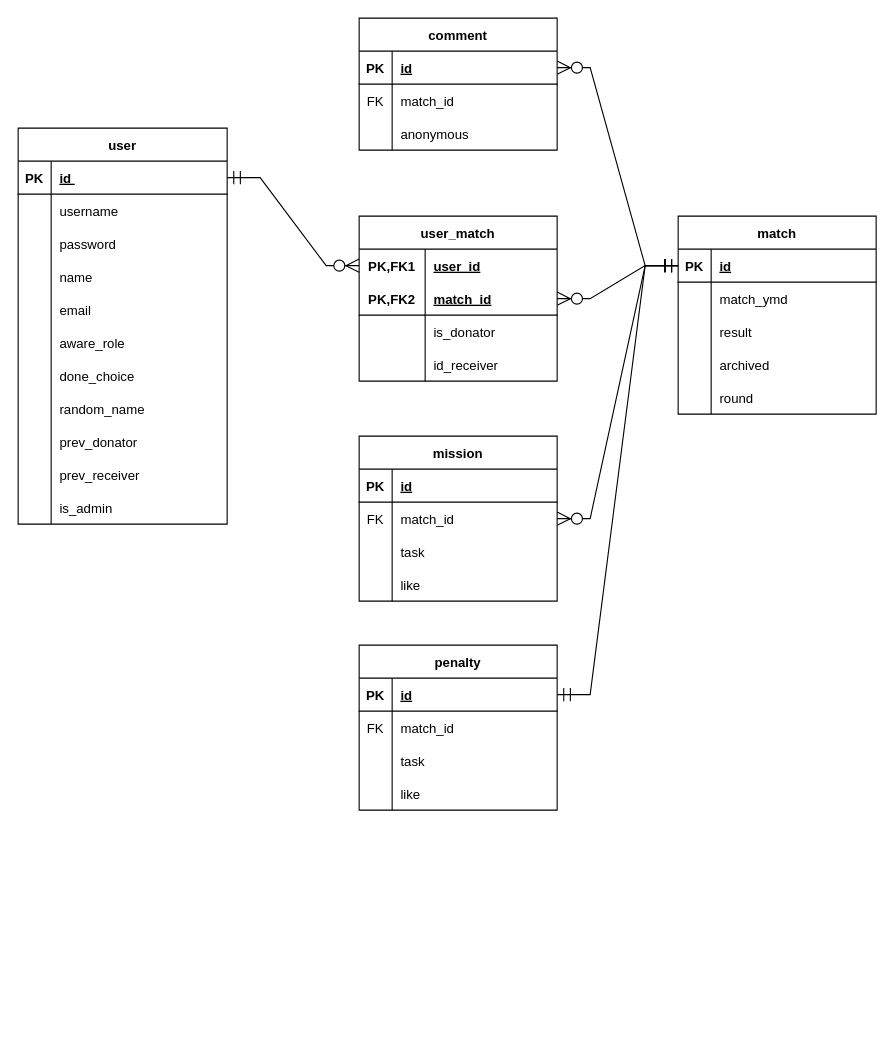
Earlier version of the draw.io diagram src/main/resources/schema.drawio (kwan9069/manitto). Source tidied: cells renumbered, new cells numbered last; positions are measured from the earlier drawing's top-left corner, leaving out a move shared by most shapes. Both pictures are drawn from the tidied source at 110%, with x=0, y=0 at pixel (18, 18).
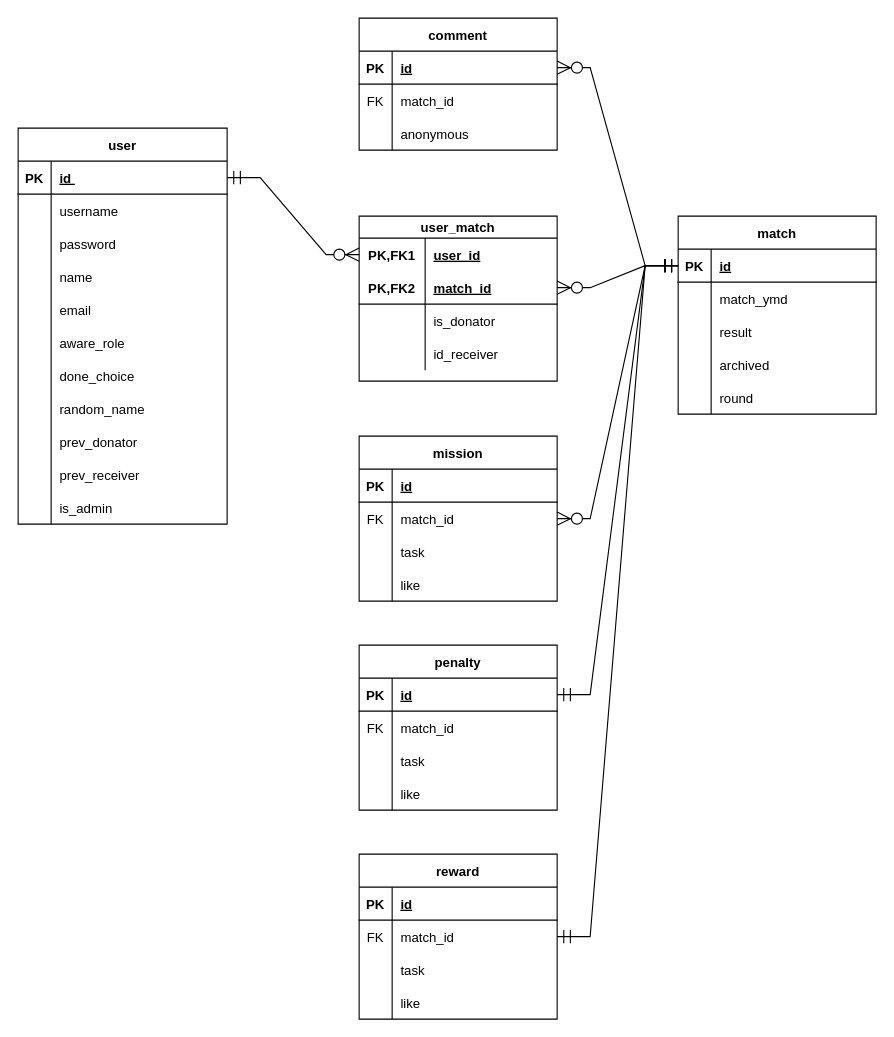
Above is the later version.

Commit message (it also covers changes not shown here):
page structure init

Unchanged cells that the change refers to:
```xml
<mxCell id="37" style="shape=tableRow;horizontal=0;startSize=0;swimlaneHead=0;swimlaneBody=0;fillColor=none;points=[[0,0.5],[1,0.5]];portConstraint=eastwest;top=0;left=0;right=0;bottom=1;" parent="36" vertex="1">
  <mxGeometry y="30" width="180" height="30" as="geometry" />
</mxCell>
```

The edit, as a diff of the source:
```diff
@@
-    <mxCell id="52" value="user_match" style="shape=table;startSize=30;childLayout=tableLayout;rowLines=0;fontStyle=1;align=center;" parent="1" vertex="1">
+    <mxCell id="52" value="user_match" style="shape=table;startSize=20;childLayout=tableLayout;rowLines=0;fontStyle=1;align=center;" parent="1" vertex="1">
       <mxGeometry x="310" y="180" width="180" height="150" as="geometry" />
     </mxCell>
     <mxCell id="53" style="shape=tableRow;horizontal=0;startSize=0;swimlaneHead=0;swimlaneBody=0;fillColor=none;points=[[0,0.5],[1,0.5]];portConstraint=eastwest;top=0;left=0;right=0;bottom=0;" parent="52" vertex="1">
-      <mxGeometry y="30" width="180" height="30" as="geometry" />
+      <mxGeometry y="20" width="180" height="30" as="geometry" />
     </mxCell>
@@
     <mxCell id="56" style="shape=tableRow;horizontal=0;startSize=0;swimlaneHead=0;swimlaneBody=0;fillColor=none;points=[[0,0.5],[1,0.5]];portConstraint=eastwest;top=0;left=0;right=0;bottom=1;" parent="52" vertex="1">
-      <mxGeometry y="60" width="180" height="30" as="geometry" />
+      <mxGeometry y="50" width="180" height="30" as="geometry" />
     </mxCell>
@@
     <mxCell id="59" style="shape=tableRow;horizontal=0;startSize=0;swimlaneHead=0;swimlaneBody=0;fillColor=none;top=0;left=0;right=0;bottom=0;" parent="52" vertex="1">
-      <mxGeometry y="90" width="180" height="30" as="geometry" />
+      <mxGeometry y="80" width="180" height="30" as="geometry" />
     </mxCell>
@@
     <mxCell id="62" style="shape=tableRow;horizontal=0;startSize=0;swimlaneHead=0;swimlaneBody=0;fillColor=none;top=0;left=0;right=0;bottom=0;" parent="52" vertex="1">
-      <mxGeometry y="120" width="180" height="30" as="geometry" />
+      <mxGeometry y="110" width="180" height="30" as="geometry" />
     </mxCell>
@@
+    <mxCell id="106" value="reward" style="shape=table;startSize=30;childLayout=tableLayout;rowLines=0;fontStyle=1;align=center;" parent="1" vertex="1">
+      <mxGeometry x="310" y="760" width="180" height="150" as="geometry" />
+    </mxCell>
+    <mxCell id="107" style="shape=tableRow;horizontal=0;startSize=0;swimlaneHead=0;swimlaneBody=0;fillColor=none;top=0;left=0;right=0;bottom=1;" parent="106" vertex="1">
+      <mxGeometry y="30" width="180" height="30" as="geometry" />
+    </mxCell>
+    <mxCell id="108" value="PK" style="shape=partialRectangle;fillColor=none;top=0;left=0;bottom=0;right=0;fontStyle=1;overflow=hidden;" parent="107" vertex="1">
+      <mxGeometry width="30" height="30" as="geometry" />
+    </mxCell>
+    <mxCell id="109" value="id" style="shape=partialRectangle;fillColor=none;top=0;left=0;bottom=0;right=0;align=left;spacingLeft=6;fontStyle=5;overflow=hidden;" parent="107" vertex="1">
+      <mxGeometry x="30" width="150" height="30" as="geometry" />
+    </mxCell>
+    <mxCell id="110" style="shape=tableRow;horizontal=0;startSize=0;swimlaneHead=0;swimlaneBody=0;fillColor=none;points=[[0,0.5],[1,0.5]];portConstraint=eastwest;top=0;left=0;right=0;bottom=0;" parent="106" vertex="1">
+      <mxGeometry y="60" width="180" height="30" as="geometry" />
+    </mxCell>
+    <mxCell id="111" value="FK" style="shape=partialRectangle;fillColor=none;top=0;left=0;bottom=0;right=0;overflow=hidden;" parent="110" vertex="1">
+      <mxGeometry width="30" height="30" as="geometry" />
+    </mxCell>
+    <mxCell id="112" value="match_id" style="shape=partialRectangle;fillColor=none;top=0;left=0;bottom=0;right=0;align=left;spacingLeft=6;overflow=hidden;" parent="110" vertex="1">
+      <mxGeometry x="30" width="150" height="30" as="geometry" />
+    </mxCell>
+    <mxCell id="113" style="shape=tableRow;horizontal=0;startSize=0;swimlaneHead=0;swimlaneBody=0;fillColor=none;top=0;left=0;right=0;bottom=0;" parent="106" vertex="1">
+      <mxGeometry y="90" width="180" height="30" as="geometry" />
+    </mxCell>
+    <mxCell id="114" style="shape=partialRectangle;fillColor=none;top=0;left=0;bottom=0;right=0;overflow=hidden;" parent="113" vertex="1">
+      <mxGeometry width="30" height="30" as="geometry" />
+    </mxCell>
+    <mxCell id="115" value="task" style="shape=partialRectangle;fillColor=none;top=0;left=0;bottom=0;right=0;align=left;spacingLeft=6;overflow=hidden;" parent="113" vertex="1">
+      <mxGeometry x="30" width="150" height="30" as="geometry" />
+    </mxCell>
+    <mxCell id="116" style="shape=tableRow;horizontal=0;startSize=0;swimlaneHead=0;swimlaneBody=0;fillColor=none;top=0;left=0;right=0;bottom=0;" parent="106" vertex="1">
+      <mxGeometry y="120" width="180" height="30" as="geometry" />
+    </mxCell>
+    <mxCell id="117" style="shape=partialRectangle;fillColor=none;top=0;left=0;bottom=0;right=0;overflow=hidden;" parent="116" vertex="1">
+      <mxGeometry width="30" height="30" as="geometry" />
+    </mxCell>
+    <mxCell id="118" value="like" style="shape=partialRectangle;fillColor=none;top=0;left=0;bottom=0;right=0;align=left;spacingLeft=6;overflow=hidden;" parent="116" vertex="1">
+      <mxGeometry x="30" width="150" height="30" as="geometry" />
+    </mxCell>
+    <mxCell id="119" style="edgeStyle=entityRelationEdgeStyle;fontSize=12;html=1;endArrow=ERmandOne;startArrow=ERmandOne;rounded=0;startSize=10;endSize=10;exitX=1;exitY=0.5;exitDx=0;exitDy=0;entryX=0;entryY=0.5;entryDx=0;entryDy=0;" parent="1" edge="1" source="110" target="37">
+      <mxGeometry relative="1" as="geometry" />
+    </mxCell>
```
